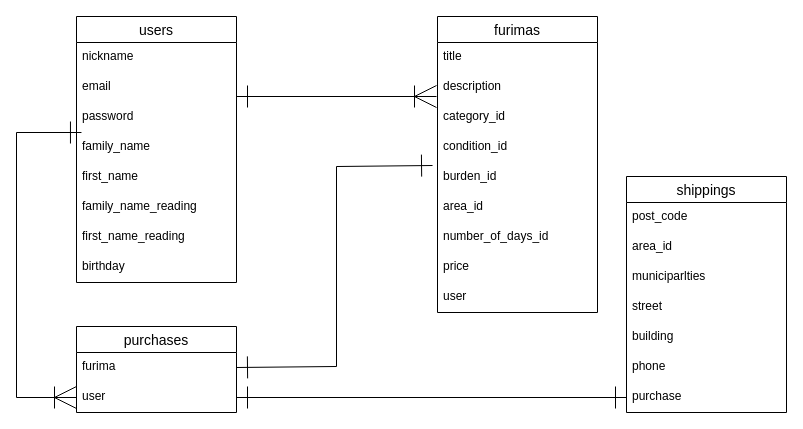
Before: furima.dio in ytsurumis/furima-40210, a draw.io diagram. Source tidied: cells renumbered, new cells numbered last; positions are measured from the earlier drawing's top-left corner, leaving out a move shared by most shapes. Both pictures are drawn from the tidied source at 100%, with x=0, y=0 at pixel (16, 16).
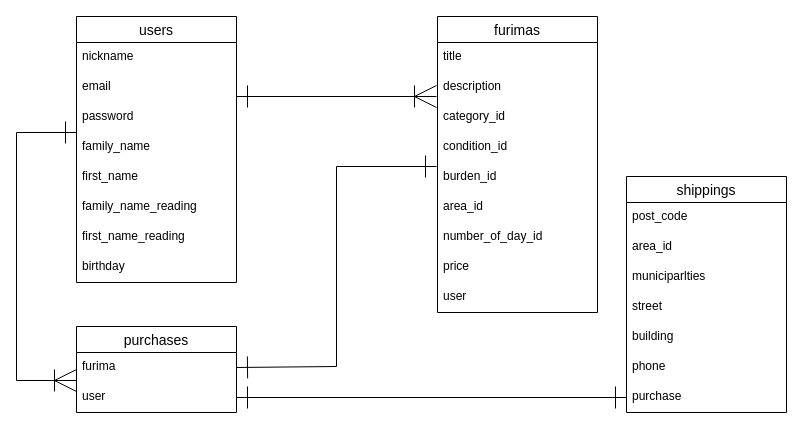
Above is the later version.

Commit message (it also covers changes not shown here):
READMEファイルの修正

Unchanged cells that the change refers to:
```xml
<mxCell id="6" value="family_name" style="text;strokeColor=none;fillColor=none;spacingLeft=4;spacingRight=4;overflow=hidden;points=[[0,0.5],[1,0.5]];portConstraint=eastwest;fontSize=12;" parent="2" vertex="1">
  <mxGeometry y="116" width="160" height="30" as="geometry" />
</mxCell>
<mxCell id="11" value="furimas" style="swimlane;fontStyle=0;horizontal=1;startSize=26;align=center;fontSize=14;" parent="1" vertex="1">
  <mxGeometry x="421" width="160" height="296" as="geometry" />
</mxCell>
<mxCell id="16" value="burden_id" style="text;strokeColor=none;fillColor=none;spacingLeft=4;spacingRight=4;overflow=hidden;points=[[0,0.5],[1,0.5]];portConstraint=eastwest;fontSize=12;" parent="11" vertex="1">
  <mxGeometry y="146" width="160" height="30" as="geometry" />
</mxCell>
<mxCell id="22" value="furima" style="text;strokeColor=none;fillColor=none;spacingLeft=4;spacingRight=4;overflow=hidden;points=[[0,0.5],[1,0.5]];portConstraint=eastwest;fontSize=12;" parent="21" vertex="1">
  <mxGeometry y="26" width="160" height="30" as="geometry" />
</mxCell>
<mxCell id="23" value="user" style="text;strokeColor=none;fillColor=none;spacingLeft=4;spacingRight=4;overflow=hidden;points=[[0,0.5],[1,0.5]];portConstraint=eastwest;fontSize=12;" parent="21" vertex="1">
  <mxGeometry y="56" width="160" height="30" as="geometry" />
</mxCell>
```

Change to the diagram source:
```diff
@@
-    <mxCell id="18" value="number_of_days_id" style="text;strokeColor=none;fillColor=none;spacingLeft=4;spacingRight=4;overflow=hidden;fontSize=12;" parent="11" vertex="1">
+    <mxCell id="18" value="number_of_day_id" style="text;strokeColor=none;fillColor=none;spacingLeft=4;spacingRight=4;overflow=hidden;fontSize=12;" parent="11" vertex="1">
       <mxGeometry y="206" width="160" height="30" as="geometry" />
     </mxCell>
@@
-    <mxCell id="33" style="edgeStyle=none;rounded=0;jumpSize=1;html=1;exitX=0.031;exitY=0;exitDx=0;exitDy=0;entryX=0;entryY=0.5;entryDx=0;entryDy=0;strokeWidth=1;startArrow=ERone;startFill=0;endArrow=ERoneToMany;endFill=0;startSize=20;endSize=20;targetPerimeterSpacing=0;exitPerimeter=0;" parent="1" edge="1" source="6" target="23">
+    <mxCell id="33" style="edgeStyle=none;rounded=0;jumpSize=1;html=1;strokeWidth=1;startArrow=ERone;startFill=0;endArrow=ERoneToMany;endFill=0;startSize=20;endSize=20;targetPerimeterSpacing=0;" parent="1" edge="1">
       <mxGeometry relative="1" as="geometry">
+        <mxPoint x="60" y="116" as="sourcePoint" />
+        <mxPoint x="60" y="364" as="targetPoint" />
         <Array as="points">
           <mxPoint y="116" />
-          <mxPoint y="381" />
+          <mxPoint y="364" />
         </Array>
       </mxGeometry>
     </mxCell>
-    <mxCell id="34" style="edgeStyle=none;rounded=0;jumpSize=1;html=1;exitX=-0.031;exitY=0.1;exitDx=0;exitDy=0;entryX=1;entryY=0.5;entryDx=0;entryDy=0;strokeWidth=1;startArrow=ERone;startFill=0;endArrow=ERone;endFill=0;startSize=20;endSize=20;targetPerimeterSpacing=0;exitPerimeter=0;" parent="1" edge="1" source="16" target="22">
+    <mxCell id="34" style="edgeStyle=none;rounded=0;jumpSize=1;html=1;entryX=1;entryY=0.5;entryDx=0;entryDy=0;strokeWidth=1;startArrow=ERone;startFill=0;endArrow=ERone;endFill=0;startSize=20;endSize=20;targetPerimeterSpacing=0;" parent="1" edge="1" target="22">
       <mxGeometry relative="1" as="geometry">
+        <mxPoint x="420" y="150" as="sourcePoint" />
         <Array as="points">
           <mxPoint x="320" y="150" />
           <mxPoint x="320" y="350" />
         </Array>
       </mxGeometry>
     </mxCell>
```
